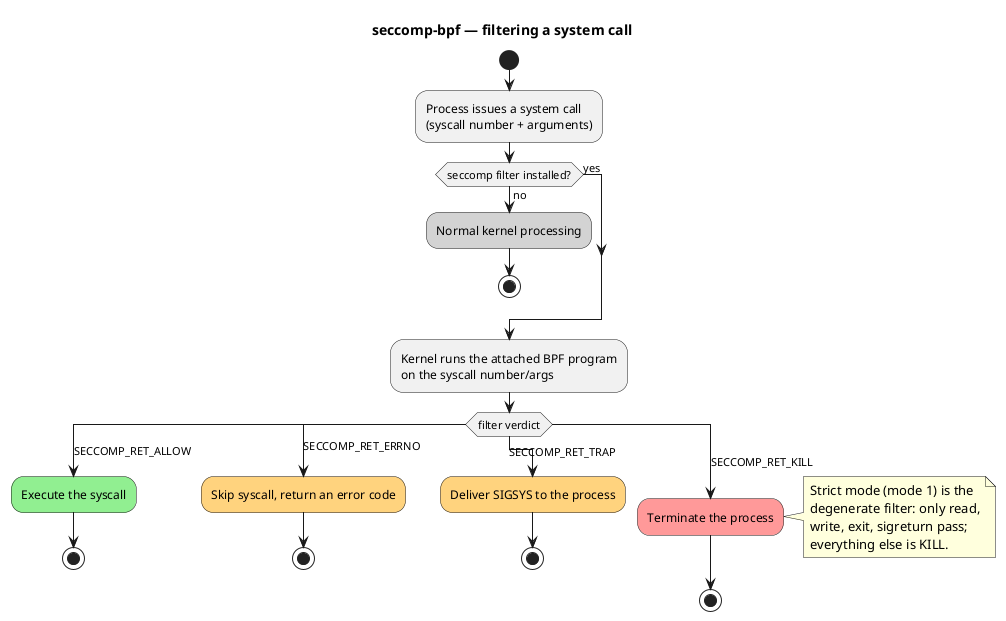
rya-sge/access-denied keeps this PlantUML diagram as assets/article/securite/linux-advanced-security/seccomp-bpf-filter-workflow.png. Above is the earlier version.
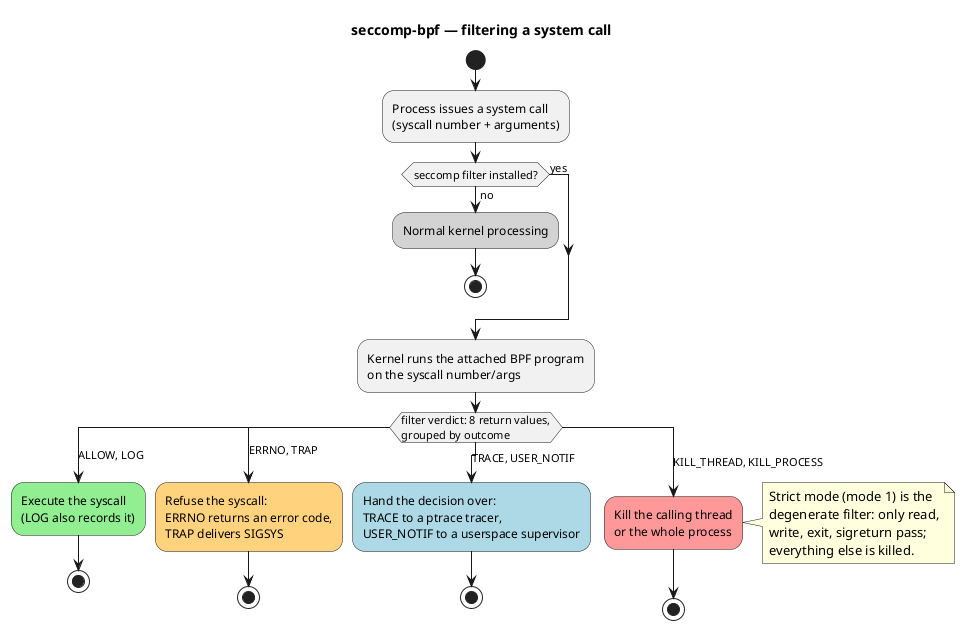
After the change.

Diff of the diagram source:
```diff
@@ -9,23 +9,23 @@
 else (yes)
 endif
 :Kernel runs the attached BPF program\non the syscall number/args;
-switch (filter verdict)
-case (SECCOMP_RET_ALLOW)
-  :Execute the syscall; <<#90ee90>>
+switch (filter verdict: 8 return values,\ngrouped by outcome)
+case (ALLOW, LOG)
+  :Execute the syscall\n(LOG also records it); <<#90ee90>>
   stop
-case (SECCOMP_RET_ERRNO)
-  :Skip syscall, return an error code; <<#ffd27f>>
+case (ERRNO, TRAP)
+  :Refuse the syscall:\nERRNO returns an error code,\nTRAP delivers SIGSYS; <<#ffd27f>>
   stop
-case (SECCOMP_RET_TRAP)
-  :Deliver SIGSYS to the process; <<#ffd27f>>
+case (TRACE, USER_NOTIF)
+  :Hand the decision over:\nTRACE to a ptrace tracer,\nUSER_NOTIF to a userspace supervisor; <<#add8e6>>
   stop
-case (SECCOMP_RET_KILL)
-  :Terminate the process; <<#ff9999>>
+case (KILL_THREAD, KILL_PROCESS)
+  :Kill the calling thread\nor the whole process; <<#ff9999>>
   note right
     Strict mode (mode 1) is the
     degenerate filter: only read,
     write, exit, sigreturn pass;
-    everything else is KILL.
+    everything else is killed.
   end note
   stop
 endswitch
```
